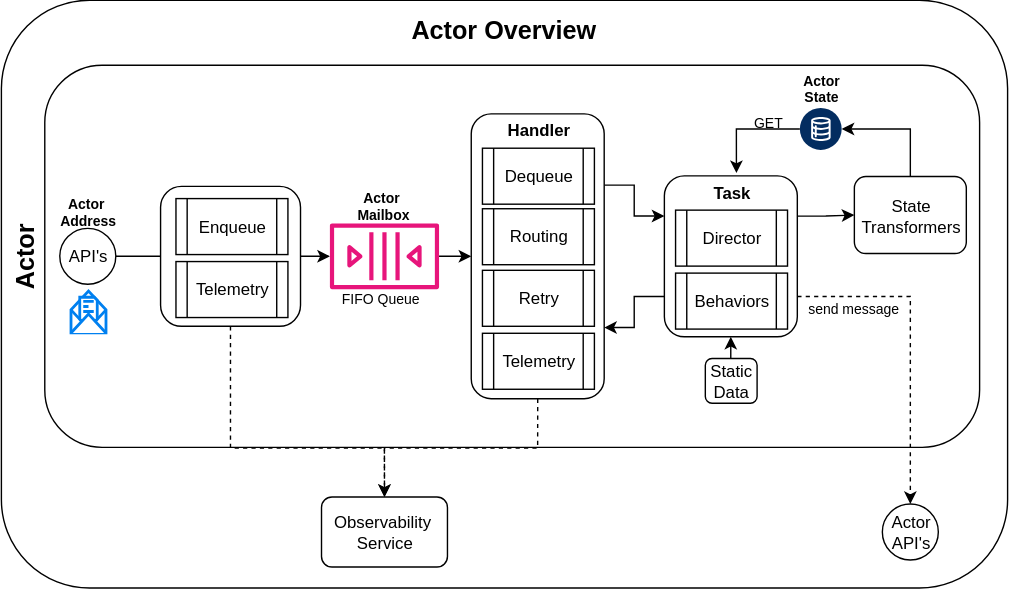
Earlier version of the draw.io export docs/ActorOverview.svg (sunlao/py_sudoku_solver). Source tidied: cells renumbered, new cells last; positions are measured from the earlier drawing's top-left corner, leaving out a move shared by most shapes.
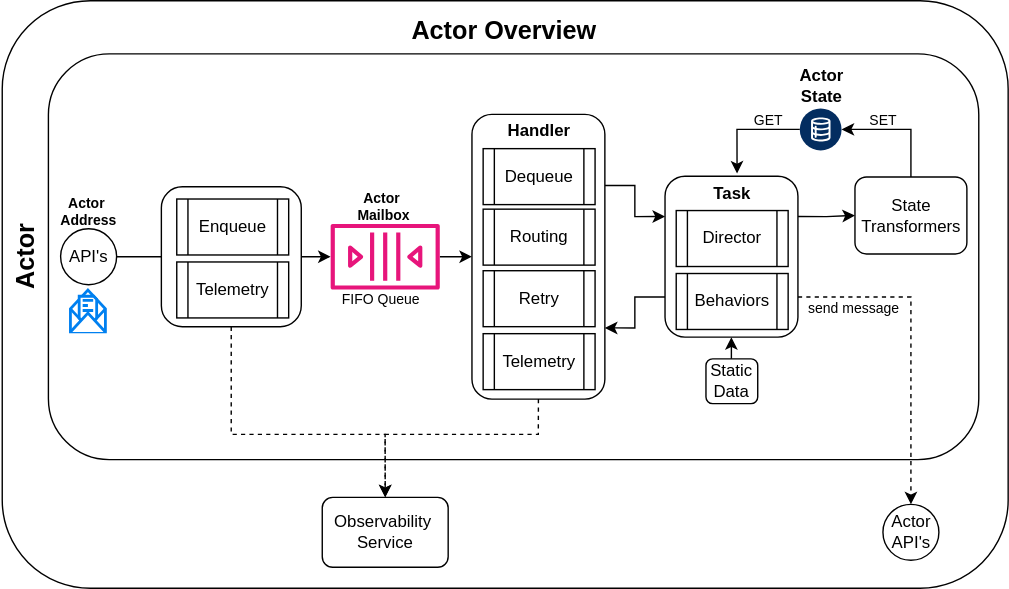
After the commit.

The edit, as a diff of the source:
```diff
@@ -6,7 +6,7 @@
       <mxGeometry x="1" width="719" height="420" as="geometry" />
     </mxCell>
     <mxCell id="3" style="rounded=1;whiteSpace=wrap;html=1;" parent="1" vertex="1">
-      <mxGeometry x="32" y="46.5" width="668" height="273" as="geometry" />
+      <mxGeometry x="34" y="38" width="665" height="290" as="geometry" />
     </mxCell>
     <mxCell id="4" style="edgeStyle=orthogonalEdgeStyle;rounded=0;jettySize=auto;html=1;entryX=0;entryY=0.25;entryDx=0;entryDy=0;exitX=1;exitY=0.25;exitDx=0;exitDy=0;" parent="1" edge="1" source="5" target="24">
       <mxGeometry relative="1" as="geometry" />
@@ -17,8 +17,8 @@
     <mxCell id="6" style="edgeStyle=orthogonalEdgeStyle;rounded=0;jettySize=auto;html=1;entryX=0.5;entryY=0;entryDx=0;entryDy=0;dashed=1;" parent="1" edge="1" source="8" target="30">
       <mxGeometry relative="1" as="geometry">
         <Array as="points">
-          <mxPoint x="165" y="320" />
-          <mxPoint x="275" y="320" />
+          <mxPoint x="165" y="310" />
+          <mxPoint x="275" y="310" />
         </Array>
       </mxGeometry>
     </mxCell>
@@ -58,8 +58,8 @@
     <mxCell id="18" style="edgeStyle=orthogonalEdgeStyle;rounded=0;jettySize=auto;html=1;entryX=0.5;entryY=0;entryDx=0;entryDy=0;exitX=0.5;exitY=1;exitDx=0;exitDy=0;dashed=1;" parent="1" edge="1" source="5" target="30">
       <mxGeometry relative="1" as="geometry">
         <Array as="points">
-          <mxPoint x="384" y="320" />
-          <mxPoint x="275" y="320" />
+          <mxPoint x="384" y="310" />
+          <mxPoint x="275" y="310" />
         </Array>
       </mxGeometry>
     </mxCell>
@@ -103,7 +103,7 @@
       <mxGeometry x="232" y="123.8" width="84.3" height="47.2" as="geometry" />
     </mxCell>
     <mxCell id="32" value="Actor" style="text;html=1;whiteSpace=wrap;strokeColor=none;fillColor=none;align=center;verticalAlign=top;rounded=0;fontStyle=1;fontSize=18;horizontal=0;" parent="1" vertex="1">
-      <mxGeometry x="1" y="78" width="30" height="210" as="geometry" />
+      <mxGeometry x="1" y="38" width="30" height="290" as="geometry" />
     </mxCell>
     <mxCell id="33" style="html=1;verticalLabelPosition=bottom;align=center;labelBackgroundColor=#ffffff;verticalAlign=top;strokeWidth=2;strokeColor=#0080F0;shadow=0;dashed=0;shape=mxgraph.ios7.icons.envelope_(message);" parent="1" vertex="1">
       <mxGeometry x="50.2" y="207.2" width="25" height="30" as="geometry" />
@@ -114,14 +114,14 @@
     <mxCell id="35" value="State Transformers" style="rounded=1;whiteSpace=wrap;html=1;" parent="1" vertex="1">
       <mxGeometry x="610.5" y="126" width="80" height="55" as="geometry" />
     </mxCell>
-    <mxCell id="36" value="Actor&lt;div&gt;State&lt;/div&gt;" style="text;html=1;whiteSpace=wrap;strokeColor=none;fillColor=none;align=center;verticalAlign=middle;rounded=0;fontStyle=1;fontSize=10;" parent="1" vertex="1">
-      <mxGeometry x="556.5" y="50" width="60" height="27" as="geometry" />
+    <mxCell id="36" value="&lt;font style=&quot;font-size: 12px;&quot;&gt;Actor&lt;/font&gt;&lt;div&gt;&lt;font style=&quot;font-size: 12px;&quot;&gt;State&lt;/font&gt;&lt;/div&gt;" style="text;html=1;whiteSpace=wrap;strokeColor=none;fillColor=none;align=center;verticalAlign=middle;rounded=0;fontStyle=1;fontSize=10;" parent="1" vertex="1">
+      <mxGeometry x="556.5" y="48" width="60" height="27" as="geometry" />
     </mxCell>
     <mxCell id="37" style="edgeStyle=orthogonalEdgeStyle;rounded=0;jettySize=auto;html=1;entryX=0.5;entryY=0;entryDx=0;entryDy=0;startArrow=classic;startFill=1;endArrow=none;endFill=0;" parent="1" edge="1" source="38" target="35">
       <mxGeometry relative="1" as="geometry" />
     </mxCell>
     <mxCell id="38" style="verticalLabelPosition=bottom;html=1;shape=mxgraph.salesforce.data2;fillColorStyles=fillColor2,fillColor3;fillColor2=#032d60;fillColor3=#ffffff;fillColor=none;strokeColor=none;" parent="1" vertex="1">
-      <mxGeometry x="571.5" y="77" width="30" height="30" as="geometry" />
+      <mxGeometry x="571" y="77" width="30" height="30" as="geometry" />
     </mxCell>
     <mxCell id="39" value="Actor&amp;nbsp;&lt;div&gt;Address&lt;/div&gt;" style="text;html=1;whiteSpace=wrap;strokeColor=none;fillColor=none;align=center;verticalAlign=middle;rounded=0;fontStyle=1;fontSize=10;" parent="1" vertex="1">
       <mxGeometry x="20.6" y="127" width="84.3" height="47.2" as="geometry" />
@@ -133,7 +133,7 @@
       <mxGeometry x="344.7" y="105.8" width="80" height="40" as="geometry" />
     </mxCell>
     <mxCell id="42" value="&lt;div&gt;GET&lt;/div&gt;" style="text;html=1;whiteSpace=wrap;strokeColor=none;fillColor=none;align=center;verticalAlign=middle;rounded=0;fontStyle=0;fontSize=10;" parent="1" vertex="1">
-      <mxGeometry x="527" y="77" width="44" height="19.8" as="geometry" />
+      <mxGeometry x="527" y="75" width="44" height="19.8" as="geometry" />
     </mxCell>
     <mxCell id="43" value="&lt;div&gt;send message&lt;/div&gt;" style="text;html=1;whiteSpace=wrap;strokeColor=none;fillColor=none;align=center;verticalAlign=middle;rounded=0;fontStyle=0;fontSize=10;" parent="1" vertex="1">
       <mxGeometry x="570" y="210.4" width="80" height="19.8" as="geometry" />
@@ -141,5 +141,8 @@
     <mxCell id="44" style="edgeStyle=orthogonalEdgeStyle;rounded=0;jettySize=auto;html=1;entryX=0.542;entryY=-0.017;entryDx=0;entryDy=0;entryPerimeter=0;" parent="1" edge="1" source="38" target="24">
       <mxGeometry relative="1" as="geometry" />
     </mxCell>
+    <mxCell id="45" value="&lt;div&gt;SET&lt;/div&gt;" style="text;html=1;whiteSpace=wrap;strokeColor=none;fillColor=none;align=center;verticalAlign=middle;rounded=0;fontStyle=0;fontSize=10;" parent="1" vertex="1">
+      <mxGeometry x="610" y="75" width="41.5" height="19.8" as="geometry" />
+    </mxCell>
   </root>
 </mxGraphModel>
```
